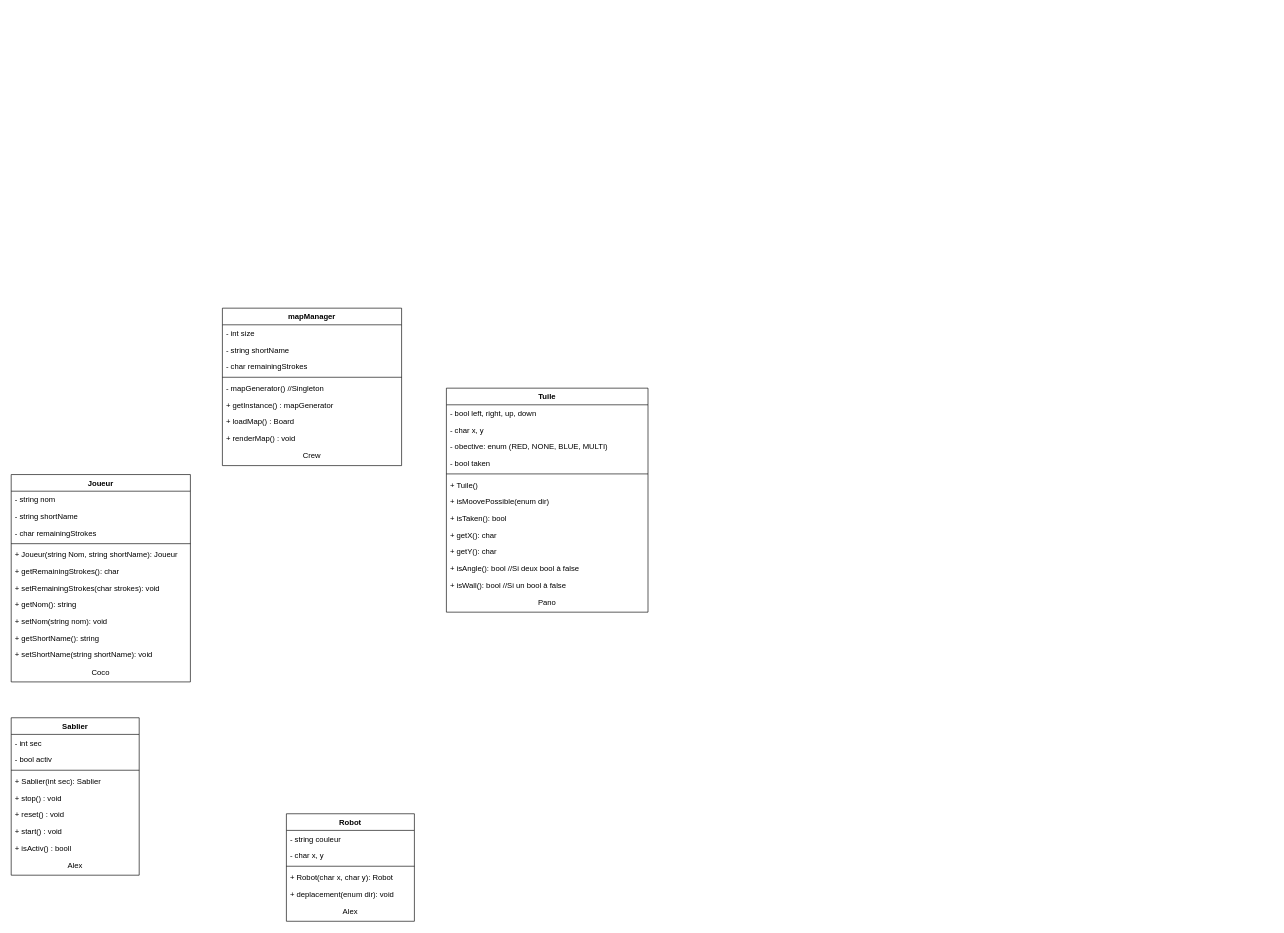
Earlier version of the draw.io diagram ClassDiagram.drawio (ECN-SEC-SMP/tp-note-2023-ricocheh). Source tidied: cells renumbered, new cells numbered last; positions are measured from the earlier drawing's top-left corner, leaving out a move shared by most shapes. Both pictures are drawn from the tidied source at 64%, with x=0, y=0 at pixel (11, 308).
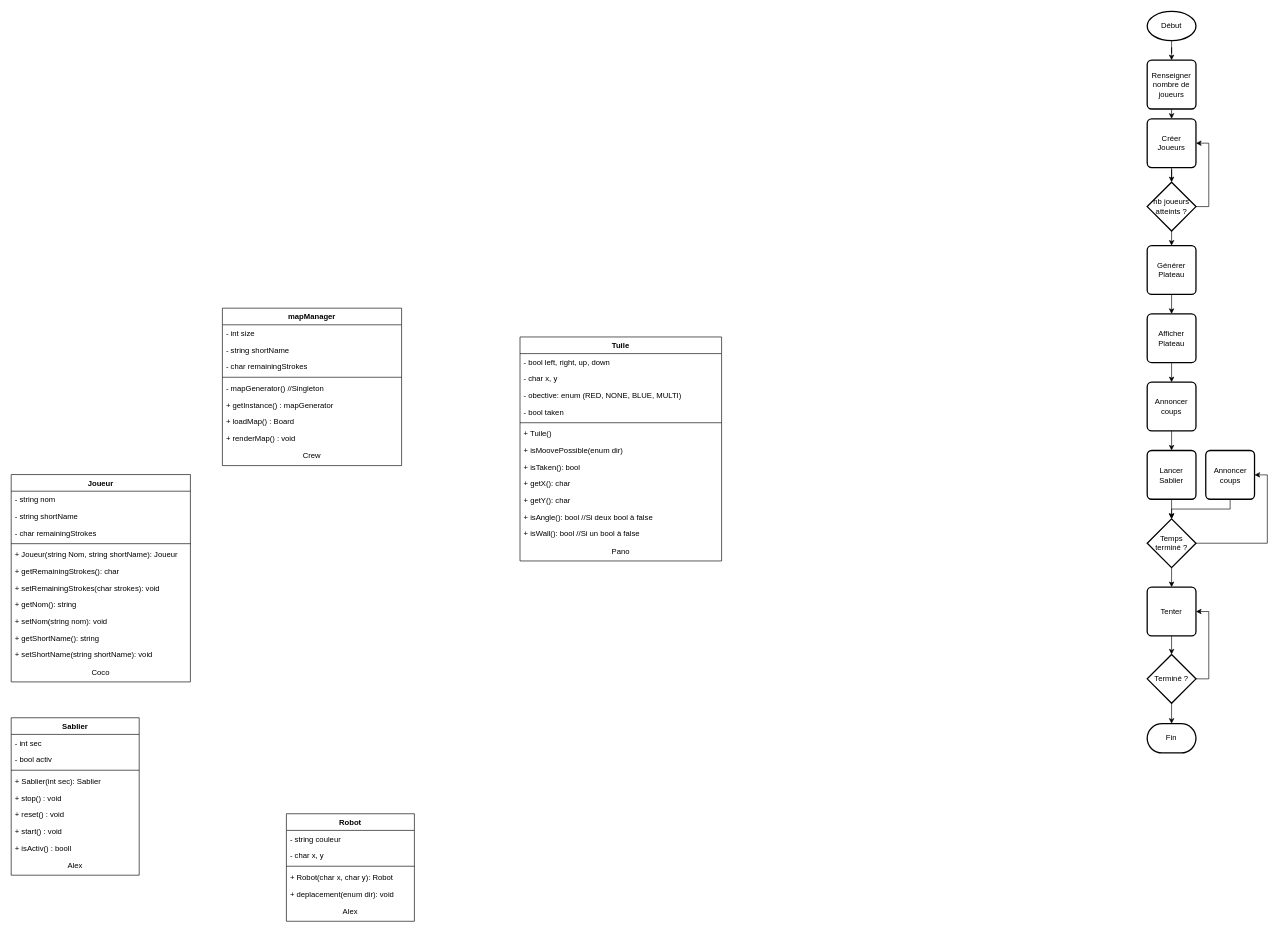
After the change.

Commit message (it also covers changes not shown here):
Création du diagramme de sequence

The edit, as a diff of the source:
```diff
@@
     <mxCell id="42" value="Tuile" style="swimlane;fontStyle=1;align=center;verticalAlign=top;horizontal=1;startSize=26;" parent="1" vertex="1">
-      <mxGeometry x="680" y="125" width="315" height="350" as="geometry" />
+      <mxGeometry x="795" y="45" width="315" height="350" as="geometry" />
     </mxCell>
@@
+    <mxCell id="56" style="group;" parent="1" vertex="1">
+      <mxGeometry x="1775" y="-463.6" width="167.7" height="1158.6" as="geometry" />
+    </mxCell>
+    <mxCell id="57" value="nb joueurs&lt;br&gt;atteints ?" style="strokeWidth=2;html=1;shape=mxgraph.flowchart.decision;whiteSpace=wrap;" parent="56" vertex="1">
+      <mxGeometry y="266.8" width="76.2" height="76.2" as="geometry" />
+    </mxCell>
+    <mxCell id="58" value="Début" style="strokeWidth=2;html=1;shape=mxgraph.flowchart.start_1;whiteSpace=wrap;" parent="56" vertex="1">
+      <mxGeometry width="76.2" height="45.7" as="geometry" />
+    </mxCell>
+    <mxCell id="59" value="Renseigner nombre de joueurs" style="rounded=1;whiteSpace=wrap;html=1;absoluteArcSize=1;arcSize=14;strokeWidth=2;" parent="56" vertex="1">
+      <mxGeometry y="76.2" width="76.2" height="76.2" as="geometry" />
+    </mxCell>
+    <mxCell id="60" style="edgeStyle=orthogonalEdgeStyle;rounded=0;jettySize=auto;html=1;" parent="56" edge="1" source="58" target="59">
+      <mxGeometry relative="1" as="geometry" />
+    </mxCell>
+    <mxCell id="61" style="edgeStyle=orthogonalEdgeStyle;rounded=0;jettySize=auto;html=1;entryX=0.5;entryY=0;entryDx=0;entryDy=0;entryPerimeter=0;" parent="56" edge="1" source="62" target="57">
+      <mxGeometry relative="1" as="geometry" />
+    </mxCell>
+    <mxCell id="62" value="Créer Joueurs" style="rounded=1;whiteSpace=wrap;html=1;absoluteArcSize=1;arcSize=14;strokeWidth=2;" parent="56" vertex="1">
+      <mxGeometry y="167.7" width="76.2" height="76.2" as="geometry" />
+    </mxCell>
+    <mxCell id="63" style="edgeStyle=orthogonalEdgeStyle;rounded=0;jettySize=auto;html=1;exitX=1;exitY=0.5;exitDx=0;exitDy=0;exitPerimeter=0;entryX=1;entryY=0.5;entryDx=0;entryDy=0;" parent="56" edge="1" source="57" target="62">
+      <mxGeometry relative="1" as="geometry" />
+    </mxCell>
+    <mxCell id="64" style="edgeStyle=orthogonalEdgeStyle;rounded=0;jettySize=auto;html=1;exitX=0.5;exitY=1;exitDx=0;exitDy=0;entryX=0.5;entryY=0;entryDx=0;entryDy=0;" parent="56" edge="1" source="59" target="62">
+      <mxGeometry relative="1" as="geometry" />
+    </mxCell>
+    <mxCell id="65" value="Générer Plateau" style="rounded=1;whiteSpace=wrap;html=1;absoluteArcSize=1;arcSize=14;strokeWidth=2;" parent="56" vertex="1">
+      <mxGeometry y="365.9" width="76.2" height="76.2" as="geometry" />
+    </mxCell>
+    <mxCell id="66" style="edgeStyle=orthogonalEdgeStyle;rounded=0;jettySize=auto;html=1;exitX=0.5;exitY=1;exitDx=0;exitDy=0;exitPerimeter=0;entryX=0.5;entryY=0;entryDx=0;entryDy=0;" parent="56" edge="1" source="57" target="65">
+      <mxGeometry relative="1" as="geometry" />
+    </mxCell>
+    <mxCell id="67" value="Afficher Plateau" style="rounded=1;whiteSpace=wrap;html=1;absoluteArcSize=1;arcSize=14;strokeWidth=2;" parent="56" vertex="1">
+      <mxGeometry y="472.6" width="76.2" height="76.2" as="geometry" />
+    </mxCell>
+    <mxCell id="68" style="edgeStyle=orthogonalEdgeStyle;rounded=0;jettySize=auto;html=1;exitX=0.5;exitY=1;exitDx=0;exitDy=0;entryX=0.5;entryY=0;entryDx=0;entryDy=0;" parent="56" edge="1" source="65" target="67">
+      <mxGeometry relative="1" as="geometry" />
+    </mxCell>
+    <mxCell id="69" value="Annoncer coups" style="rounded=1;whiteSpace=wrap;html=1;absoluteArcSize=1;arcSize=14;strokeWidth=2;" parent="56" vertex="1">
+      <mxGeometry y="579.3" width="76.2" height="76.2" as="geometry" />
+    </mxCell>
+    <mxCell id="70" style="edgeStyle=orthogonalEdgeStyle;rounded=0;jettySize=auto;html=1;exitX=0.5;exitY=1;exitDx=0;exitDy=0;entryX=0.5;entryY=0;entryDx=0;entryDy=0;" parent="56" edge="1" source="67" target="69">
+      <mxGeometry relative="1" as="geometry" />
+    </mxCell>
+    <mxCell id="71" value="Lancer Sablier" style="rounded=1;whiteSpace=wrap;html=1;absoluteArcSize=1;arcSize=14;strokeWidth=2;" parent="56" vertex="1">
+      <mxGeometry y="686" width="76.2" height="76.2" as="geometry" />
+    </mxCell>
+    <mxCell id="72" style="edgeStyle=orthogonalEdgeStyle;rounded=0;jettySize=auto;html=1;exitX=0.5;exitY=1;exitDx=0;exitDy=0;entryX=0.5;entryY=0;entryDx=0;entryDy=0;" parent="56" edge="1" source="69" target="71">
+      <mxGeometry relative="1" as="geometry" />
+    </mxCell>
+    <mxCell id="73" value="Tenter" style="rounded=1;whiteSpace=wrap;html=1;absoluteArcSize=1;arcSize=14;strokeWidth=2;" parent="56" vertex="1">
+      <mxGeometry y="899.5" width="76.2" height="76.2" as="geometry" />
+    </mxCell>
+    <mxCell id="74" style="edgeStyle=orthogonalEdgeStyle;rounded=0;jettySize=auto;html=1;exitX=0.5;exitY=1;exitDx=0;exitDy=0;exitPerimeter=0;entryX=0.5;entryY=0;entryDx=0;entryDy=0;" parent="56" edge="1" source="75" target="73">
+      <mxGeometry relative="1" as="geometry" />
+    </mxCell>
+    <mxCell id="75" value="Temps &lt;br&gt;terminé ?" style="strokeWidth=2;html=1;shape=mxgraph.flowchart.decision;whiteSpace=wrap;" parent="56" vertex="1">
+      <mxGeometry y="792.8" width="76.2" height="76.2" as="geometry" />
+    </mxCell>
+    <mxCell id="76" style="edgeStyle=orthogonalEdgeStyle;rounded=0;jettySize=auto;html=1;exitX=0.5;exitY=1;exitDx=0;exitDy=0;entryX=0.5;entryY=0;entryDx=0;entryDy=0;entryPerimeter=0;" parent="56" edge="1" source="71" target="75">
+      <mxGeometry relative="1" as="geometry" />
+    </mxCell>
+    <mxCell id="77" style="edgeStyle=orthogonalEdgeStyle;rounded=0;jettySize=auto;html=1;exitX=0.5;exitY=1;exitDx=0;exitDy=0;entryX=0.5;entryY=0;entryDx=0;entryDy=0;entryPerimeter=0;" parent="56" edge="1" source="78" target="75">
+      <mxGeometry relative="1" as="geometry">
+        <Array as="points">
+          <mxPoint x="129.6" y="777.5" />
+          <mxPoint x="38.1" y="777.5" />
+        </Array>
+      </mxGeometry>
+    </mxCell>
+    <mxCell id="78" value="Annoncer coups" style="rounded=1;whiteSpace=wrap;html=1;absoluteArcSize=1;arcSize=14;strokeWidth=2;" parent="56" vertex="1">
+      <mxGeometry x="91.5" y="686" width="76.2" height="76.2" as="geometry" />
+    </mxCell>
+    <mxCell id="79" style="edgeStyle=orthogonalEdgeStyle;rounded=0;jettySize=auto;html=1;exitX=1;exitY=0.5;exitDx=0;exitDy=0;exitPerimeter=0;entryX=1;entryY=0.5;entryDx=0;entryDy=0;" parent="56" edge="1" source="75" target="78">
+      <mxGeometry relative="1" as="geometry" />
+    </mxCell>
+    <mxCell id="80" style="edgeStyle=orthogonalEdgeStyle;rounded=0;jettySize=auto;html=1;exitX=1;exitY=0.5;exitDx=0;exitDy=0;exitPerimeter=0;entryX=1;entryY=0.5;entryDx=0;entryDy=0;" parent="56" edge="1" source="81" target="73">
+      <mxGeometry relative="1" as="geometry" />
+    </mxCell>
+    <mxCell id="81" value="Terminé ?" style="strokeWidth=2;html=1;shape=mxgraph.flowchart.decision;whiteSpace=wrap;" parent="56" vertex="1">
+      <mxGeometry y="1004.7" width="76.2" height="76.2" as="geometry" />
+    </mxCell>
+    <mxCell id="82" style="edgeStyle=orthogonalEdgeStyle;rounded=0;jettySize=auto;html=1;exitX=0.5;exitY=1;exitDx=0;exitDy=0;entryX=0.5;entryY=0;entryDx=0;entryDy=0;entryPerimeter=0;" parent="56" edge="1" source="73" target="81">
+      <mxGeometry relative="1" as="geometry" />
+    </mxCell>
+    <mxCell id="83" value="Fin" style="strokeWidth=2;html=1;shape=mxgraph.flowchart.terminator;whiteSpace=wrap;" parent="56" vertex="1">
+      <mxGeometry y="1112.9" width="76.2" height="45.7" as="geometry" />
+    </mxCell>
+    <mxCell id="84" style="edgeStyle=orthogonalEdgeStyle;rounded=0;jettySize=auto;html=1;exitX=0.5;exitY=1;exitDx=0;exitDy=0;exitPerimeter=0;entryX=0.5;entryY=0;entryDx=0;entryDy=0;entryPerimeter=0;" parent="56" edge="1" source="81" target="83">
+      <mxGeometry relative="1" as="geometry" />
+    </mxCell>
```
